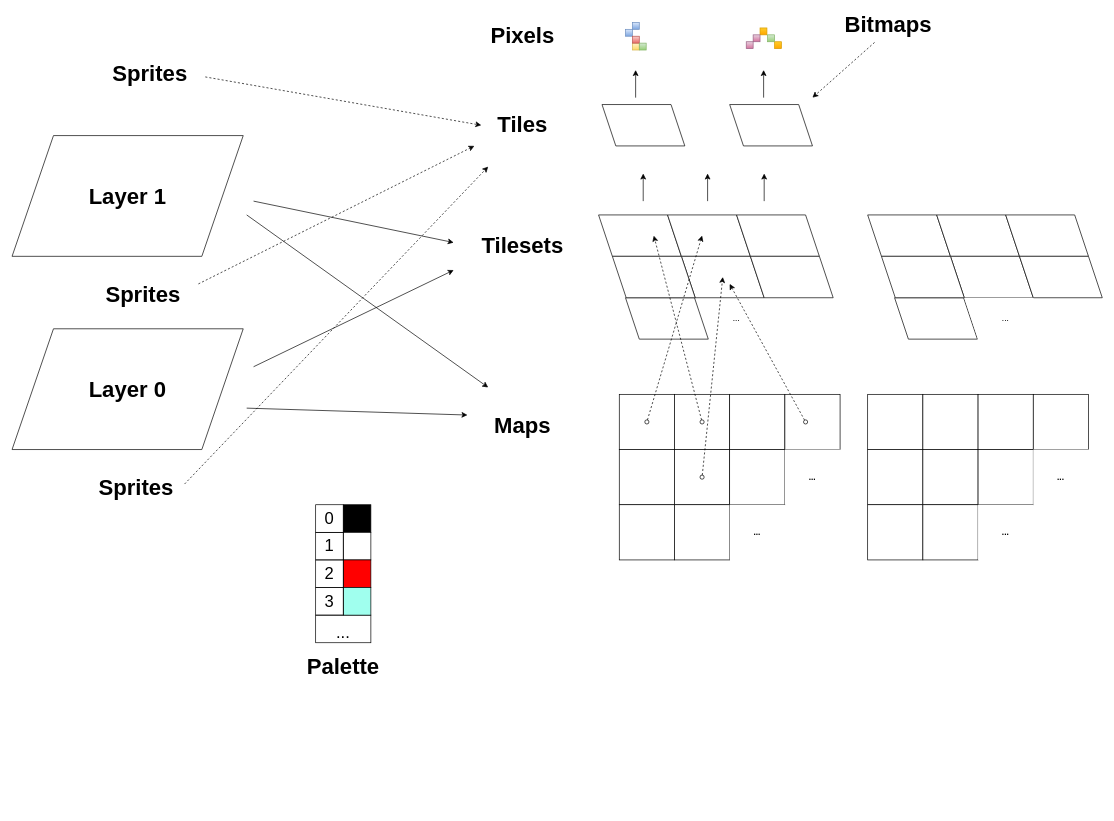
Before: docs/assets/vera-pixels-tiles-tilesets-maps.drawio in epsilon537/boxlambda, a draw.io diagram. Source tidied: cells renumbered, new cells numbered last; positions are measured from the earlier drawing's top-left corner, leaving out a move shared by most shapes. Both pictures are drawn from the tidied source at 69%, with x=0, y=0 at pixel (12, 14).
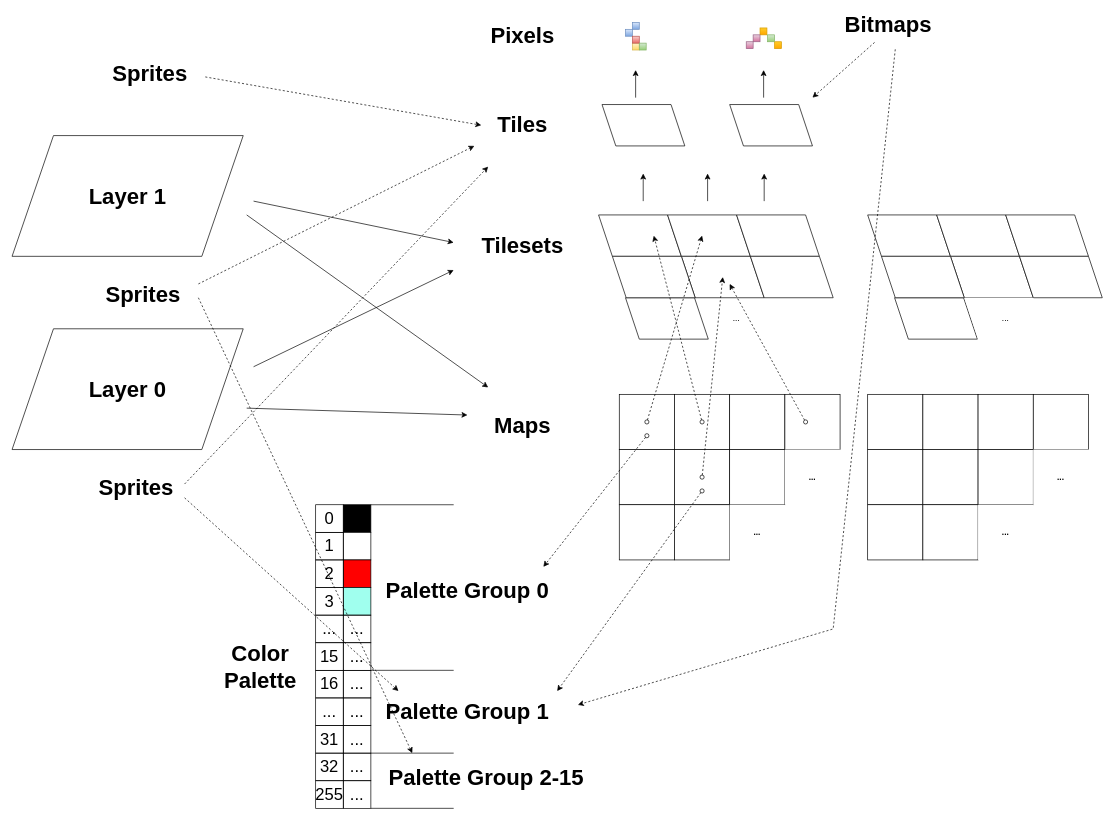
After the change.

The change refers to these unchanged cells:
```xml
<mxCell id="44" style="whiteSpace=wrap;html=1;" parent="1" vertex="1">
  <mxGeometry x="880" y="550" width="80" height="80" as="geometry" />
</mxCell>
<mxCell id="49" style="whiteSpace=wrap;html=1;" parent="1" vertex="1">
  <mxGeometry x="960" y="630" width="80" height="80" as="geometry" />
</mxCell>
```

The edit, as a diff of the source:
```diff
@@
-    <mxCell id="2" style="rounded=0;whiteSpace=wrap;html=1;" parent="1" vertex="1">
-      <mxGeometry x="440" y="870" width="80" height="40" as="geometry" />
-    </mxCell>
@@
-    <mxCell id="90" value="..." style="text;html=1;align=center;verticalAlign=middle;whiteSpace=wrap;rounded=0;fontSize=24;" parent="1" vertex="1">
-      <mxGeometry x="450" y="880" width="60" height="30" as="geometry" />
-    </mxCell>
-    <mxCell id="91" value="Palette" style="text;html=1;align=center;verticalAlign=middle;whiteSpace=wrap;rounded=0;fontSize=32;fontStyle=1;" parent="1" vertex="1">
-      <mxGeometry x="450" y="930" width="60" height="30" as="geometry" />
+    <mxCell id="91" value="Color&lt;div&gt;Palette&lt;/div&gt;" style="text;html=1;align=center;verticalAlign=middle;whiteSpace=wrap;rounded=0;fontSize=32;fontStyle=1;" parent="1" vertex="1">
+      <mxGeometry x="330" y="930" width="60" height="30" as="geometry" />
     </mxCell>
+    <mxCell id="92" value="..." style="rounded=0;whiteSpace=wrap;html=1;fillColor=none;fontSize=24;" parent="1" vertex="1">
+      <mxGeometry x="440" y="870" width="40" height="40" as="geometry" />
+    </mxCell>
+    <mxCell id="93" value="..." style="rounded=0;whiteSpace=wrap;html=1;fillColor=none;fontSize=24;" parent="1" vertex="1">
+      <mxGeometry x="480" y="870" width="40" height="40" as="geometry" />
+    </mxCell>
+    <mxCell id="94" value="15" style="rounded=0;whiteSpace=wrap;html=1;fillColor=none;fontSize=24;" parent="1" vertex="1">
+      <mxGeometry x="440" y="910" width="40" height="40" as="geometry" />
+    </mxCell>
+    <mxCell id="95" value="..." style="rounded=0;whiteSpace=wrap;html=1;fillColor=none;fontSize=24;" parent="1" vertex="1">
+      <mxGeometry x="480" y="910" width="40" height="40" as="geometry" />
+    </mxCell>
+    <mxCell id="96" value="16" style="rounded=0;whiteSpace=wrap;html=1;fillColor=none;fontSize=24;" parent="1" vertex="1">
+      <mxGeometry x="440" y="950" width="40" height="40" as="geometry" />
+    </mxCell>
+    <mxCell id="97" value="..." style="rounded=0;whiteSpace=wrap;html=1;fillColor=none;fontSize=24;" parent="1" vertex="1">
+      <mxGeometry x="480" y="950" width="40" height="40" as="geometry" />
+    </mxCell>
+    <mxCell id="98" value="..." style="rounded=0;whiteSpace=wrap;html=1;fillColor=none;fontSize=24;" parent="1" vertex="1">
+      <mxGeometry x="440" y="990" width="40" height="40" as="geometry" />
+    </mxCell>
+    <mxCell id="99" value="..." style="rounded=0;whiteSpace=wrap;html=1;fillColor=none;fontSize=24;" parent="1" vertex="1">
+      <mxGeometry x="480" y="990" width="40" height="40" as="geometry" />
+    </mxCell>
+    <mxCell id="100" value="31" style="rounded=0;whiteSpace=wrap;html=1;fillColor=none;fontSize=24;" parent="1" vertex="1">
+      <mxGeometry x="440" y="1030" width="40" height="40" as="geometry" />
+    </mxCell>
+    <mxCell id="101" value="..." style="rounded=0;whiteSpace=wrap;html=1;fillColor=none;fontSize=24;" parent="1" vertex="1">
+      <mxGeometry x="480" y="1030" width="40" height="40" as="geometry" />
+    </mxCell>
+    <mxCell id="102" value="32" style="rounded=0;whiteSpace=wrap;html=1;fillColor=none;fontSize=24;" parent="1" vertex="1">
+      <mxGeometry x="440" y="1070" width="40" height="40" as="geometry" />
+    </mxCell>
+    <mxCell id="103" value="..." style="rounded=0;whiteSpace=wrap;html=1;fillColor=none;fontSize=24;" parent="1" vertex="1">
+      <mxGeometry x="480" y="1070" width="40" height="40" as="geometry" />
+    </mxCell>
+    <mxCell id="104" value="255" style="rounded=0;whiteSpace=wrap;html=1;fillColor=none;fontSize=24;" parent="1" vertex="1">
+      <mxGeometry x="440" y="1110" width="40" height="40" as="geometry" />
+    </mxCell>
+    <mxCell id="105" value="..." style="rounded=0;whiteSpace=wrap;html=1;fillColor=none;fontSize=24;" parent="1" vertex="1">
+      <mxGeometry x="480" y="1110" width="40" height="40" as="geometry" />
+    </mxCell>
+    <mxCell id="106" style="endArrow=none;html=1;rounded=0;" parent="1" edge="1">
+      <mxGeometry relative="1" as="geometry">
+        <mxPoint x="520" y="950" as="sourcePoint" />
+        <mxPoint x="640" y="950" as="targetPoint" />
+      </mxGeometry>
+    </mxCell>
+    <mxCell id="107" style="endArrow=none;html=1;rounded=0;" parent="1" edge="1">
+      <mxGeometry relative="1" as="geometry">
+        <mxPoint x="520" y="710" as="sourcePoint" />
+        <mxPoint x="640" y="710" as="targetPoint" />
+      </mxGeometry>
+    </mxCell>
+    <mxCell id="108" value="Palette Group 0" style="text;html=1;align=center;verticalAlign=middle;whiteSpace=wrap;rounded=0;fontSize=32;fontStyle=1;" parent="1" vertex="1">
+      <mxGeometry x="540" y="820" width="240" height="30" as="geometry" />
+    </mxCell>
+    <mxCell id="109" style="endArrow=none;html=1;rounded=0;" parent="1" edge="1">
+      <mxGeometry relative="1" as="geometry">
+        <mxPoint x="520" y="1070" as="sourcePoint" />
+        <mxPoint x="640" y="1070" as="targetPoint" />
+      </mxGeometry>
+    </mxCell>
+    <mxCell id="110" value="Palette Group 1" style="text;html=1;align=center;verticalAlign=middle;whiteSpace=wrap;rounded=0;fontSize=32;fontStyle=1;" parent="1" vertex="1">
+      <mxGeometry x="540" y="995" width="240" height="30" as="geometry" />
+    </mxCell>
+    <mxCell id="111" style="endArrow=none;html=1;rounded=0;" parent="1" edge="1">
+      <mxGeometry relative="1" as="geometry">
+        <mxPoint x="520" y="1150" as="sourcePoint" />
+        <mxPoint x="640" y="1150" as="targetPoint" />
+      </mxGeometry>
+    </mxCell>
+    <mxCell id="112" value="Palette Group 2-15" style="text;html=1;align=center;verticalAlign=middle;whiteSpace=wrap;rounded=0;fontSize=32;fontStyle=1;" parent="1" vertex="1">
+      <mxGeometry x="540" y="1090" width="295" height="30" as="geometry" />
+    </mxCell>
+    <mxCell id="113" style="endArrow=classic;html=1;rounded=0;dashed=1;startArrow=oval;startFill=0;exitX=0.5;exitY=0.75;exitDx=0;exitDy=0;exitPerimeter=0;" parent="1" edge="1" source="44">
+      <mxGeometry relative="1" as="geometry">
+        <mxPoint x="770" y="800" as="targetPoint" />
+      </mxGeometry>
+    </mxCell>
+    <mxCell id="114" style="endArrow=classic;html=1;rounded=0;dashed=1;startArrow=oval;startFill=0;exitX=0.5;exitY=0.75;exitDx=0;exitDy=0;exitPerimeter=0;" parent="1" edge="1" source="49">
+      <mxGeometry relative="1" as="geometry">
+        <mxPoint x="790" y="980" as="targetPoint" />
+      </mxGeometry>
+    </mxCell>
+    <mxCell id="115" style="endArrow=classic;html=1;rounded=0;dashed=1;" parent="1" edge="1">
+      <mxGeometry relative="1" as="geometry">
+        <mxPoint x="250" y="700" as="sourcePoint" />
+        <mxPoint x="560" y="980" as="targetPoint" />
+      </mxGeometry>
+    </mxCell>
+    <mxCell id="116" style="endArrow=classic;html=1;rounded=0;dashed=1;" parent="1" edge="1">
+      <mxGeometry relative="1" as="geometry">
+        <mxPoint x="270" y="410" as="sourcePoint" />
+        <mxPoint x="580" y="1070" as="targetPoint" />
+      </mxGeometry>
+    </mxCell>
+    <mxCell id="117" style="endArrow=classic;html=1;rounded=0;dashed=1;" parent="1" edge="1">
+      <mxGeometry relative="1" as="geometry">
+        <mxPoint x="1280" y="50" as="sourcePoint" />
+        <mxPoint x="820" y="1000" as="targetPoint" />
+        <Array as="points">
+          <mxPoint x="1190" y="890" />
+        </Array>
+      </mxGeometry>
+    </mxCell>
```
